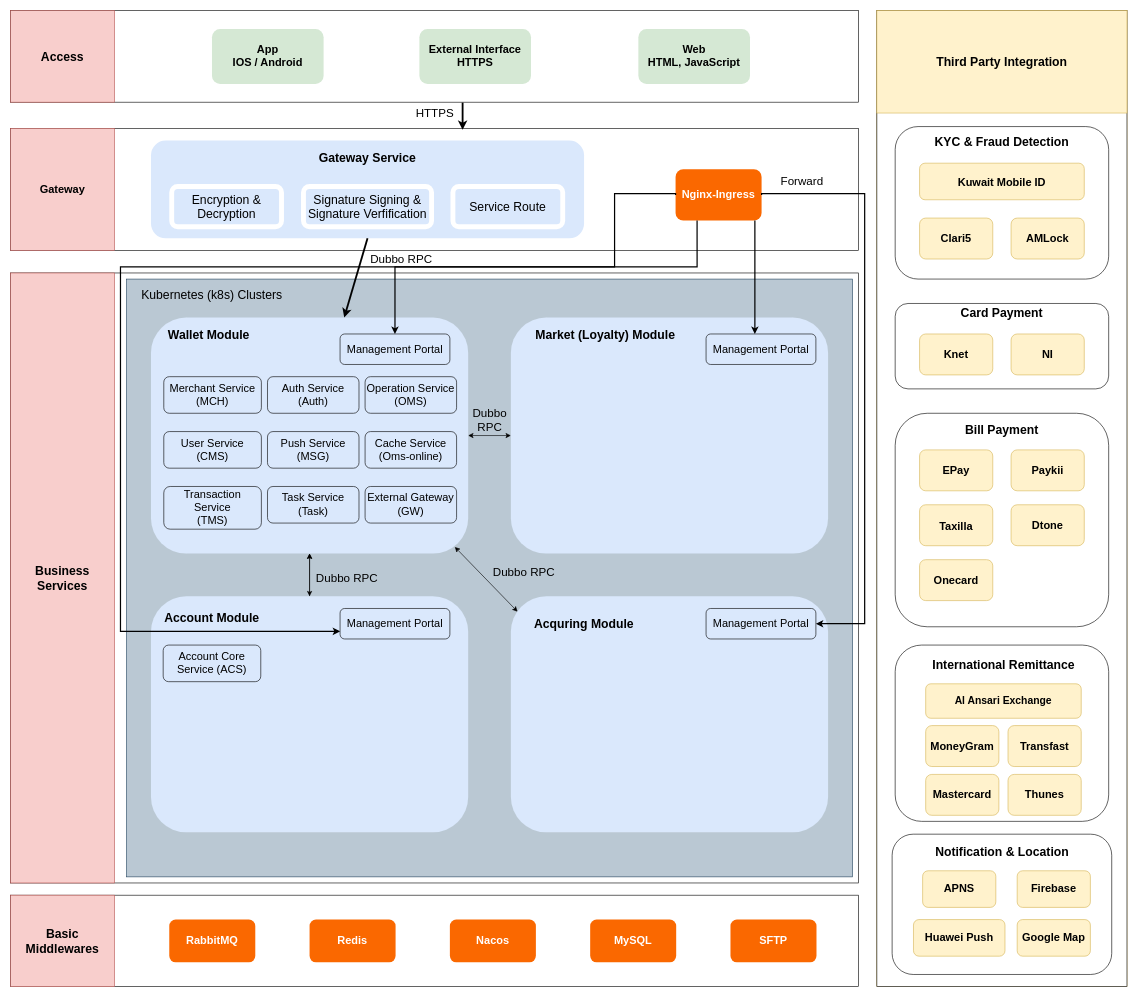
This is wallet_kwt_archi.drawio from EricLuoisme/own-diagrams-draw-io, a draw.io file, before an edit. Source tidied: cells renumbered, new cells numbered last; positions are measured from the earlier drawing's top-left corner, leaving out a move shared by most shapes. Both pictures are drawn from the tidied source at 61%, with x=0, y=0 at pixel (10, 10).
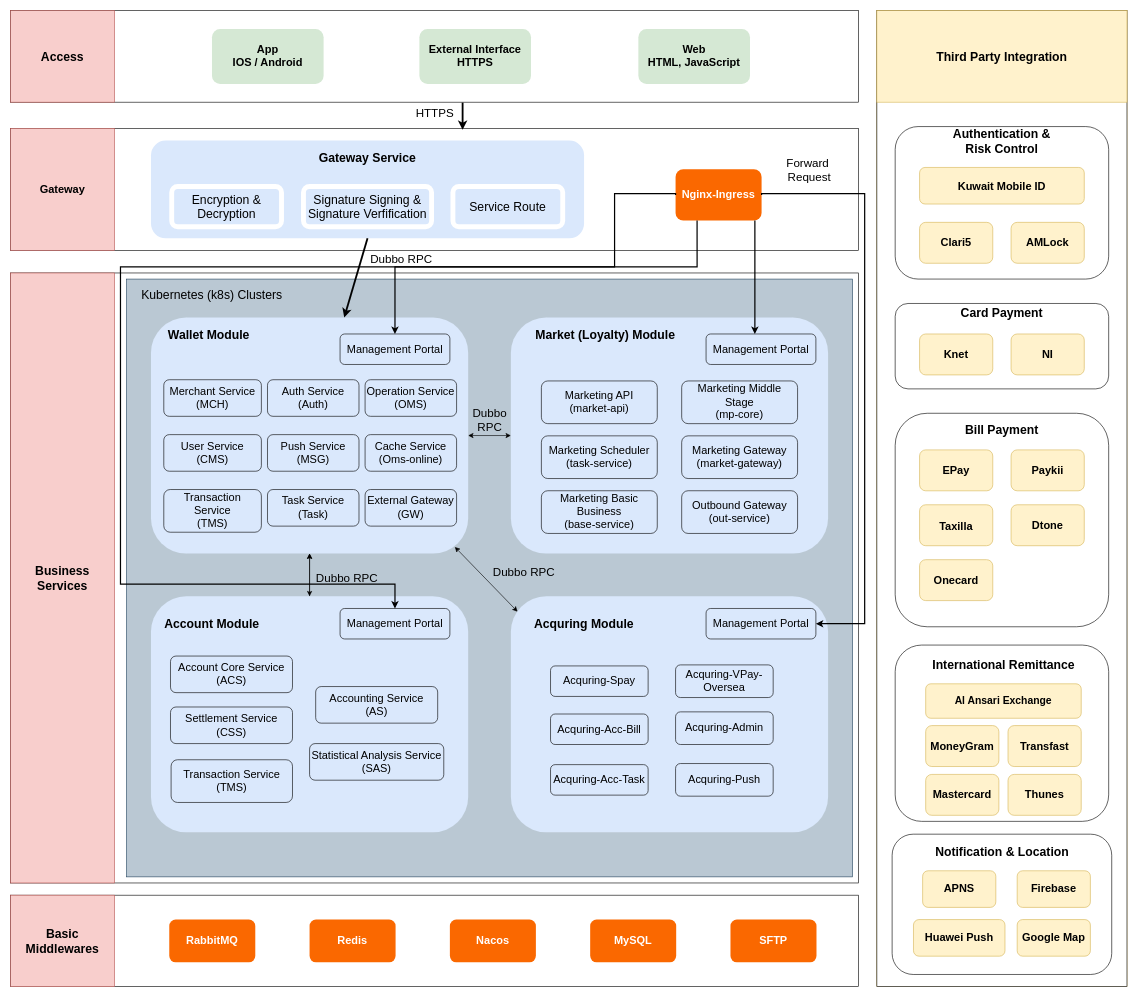
The same page after the edit.

The change refers to these unchanged cells:
```xml
<mxCell id="11" value="&lt;font color=&quot;#ffffff&quot; style=&quot;font-size: 18px;&quot;&gt;&lt;b&gt;Nginx-Ingress&lt;/b&gt;&lt;/font&gt;" style="rounded=1;whiteSpace=wrap;html=1;labelBorderColor=none;fillColor=#fa6800;strokeColor=none;fontColor=#000000;" parent="8" vertex="1">
  <mxGeometry x="1090" y="67.1" width="141" height="84" as="geometry" />
</mxCell>
<mxCell id="17" style="group;fontStyle=1;" parent="1" vertex="1">
  <mxGeometry y="430" width="1420" height="1050" as="geometry" />
</mxCell>
<mxCell id="40" value="&lt;font style=&quot;font-size: 18px;&quot;&gt;Management Portal&lt;/font&gt;" style="rounded=1;whiteSpace=wrap;html=1;fillColor=#dae8fc;strokeColor=#000000;" parent="17" vertex="1">
  <mxGeometry x="540" y="550" width="180" height="50" as="geometry" />
</mxCell>
<mxCell id="76" style="group;" parent="1" vertex="1">
  <mxGeometry x="1450" y="190" width="350" height="250" as="geometry" />
</mxCell>
<mxCell id="102" style="rounded=0;jettySize=auto;html=1;exitX=1;exitY=0.5;exitDx=0;exitDy=0;strokeWidth=2;edgeStyle=orthogonalEdgeStyle;" parent="1" edge="1" source="11">
  <mxGeometry relative="1" as="geometry">
    <mxPoint x="1320" y="1005" as="targetPoint" />
    <Array as="points">
      <mxPoint x="1231" y="300" />
      <mxPoint x="1400" y="300" />
      <mxPoint x="1400" y="1005" />
    </Array>
  </mxGeometry>
</mxCell>
```

What changed in the source:
```diff
@@
     <mxCell id="36" value="&lt;b&gt;&lt;font style=&quot;font-size: 20px;&quot;&gt;Account Module&lt;/font&gt;&lt;/b&gt;" style="text;strokeColor=none;align=center;fillColor=none;html=1;verticalAlign=middle;whiteSpace=wrap;rounded=0;" parent="17" vertex="1">
-      <mxGeometry x="240" y="550" width="180" height="30" as="geometry" />
+      <mxGeometry x="240" y="560" width="180" height="30" as="geometry" />
     </mxCell>
@@
     <mxCell id="38" value="&lt;font style=&quot;font-size: 18px;&quot;&gt;Merchant Service (MCH)&lt;/font&gt;" style="rounded=1;whiteSpace=wrap;html=1;fillColor=#dae8fc;strokeColor=#000000;" parent="17" vertex="1">
-      <mxGeometry x="251" y="170" width="160" height="60" as="geometry" />
+      <mxGeometry x="251" y="175" width="160" height="60" as="geometry" />
     </mxCell>
@@
     <mxCell id="42" value="&lt;font style=&quot;font-size: 18px;&quot;&gt;User Service (CMS)&lt;/font&gt;" style="rounded=1;whiteSpace=wrap;html=1;fillColor=#dae8fc;strokeColor=#000000;" parent="17" vertex="1">
-      <mxGeometry x="251" y="260" width="160" height="60" as="geometry" />
+      <mxGeometry x="251" y="265" width="160" height="60" as="geometry" />
     </mxCell>
     <mxCell id="43" value="&lt;font style=&quot;font-size: 18px;&quot;&gt;Transaction Service&lt;/font&gt;&lt;div&gt;&lt;font style=&quot;font-size: 18px;&quot;&gt;(TMS)&lt;/font&gt;&lt;/div&gt;" style="rounded=1;whiteSpace=wrap;html=1;fillColor=#dae8fc;strokeColor=#000000;" parent="17" vertex="1">
-      <mxGeometry x="251" y="350" width="160" height="70" as="geometry" />
+      <mxGeometry x="251" y="355" width="160" height="70" as="geometry" />
     </mxCell>
     <mxCell id="44" value="&lt;font style=&quot;font-size: 18px;&quot;&gt;Auth Service (Auth)&lt;/font&gt;" style="rounded=1;whiteSpace=wrap;html=1;fillColor=#dae8fc;strokeColor=#000000;" parent="17" vertex="1">
-      <mxGeometry x="421" y="170" width="150" height="60" as="geometry" />
+      <mxGeometry x="421" y="175" width="150" height="60" as="geometry" />
     </mxCell>
     <mxCell id="45" value="&lt;font style=&quot;font-size: 18px;&quot;&gt;Push Service (MSG)&lt;/font&gt;" style="rounded=1;whiteSpace=wrap;html=1;fillColor=#dae8fc;strokeColor=#000000;" parent="17" vertex="1">
-      <mxGeometry x="421" y="260" width="150" height="60" as="geometry" />
+      <mxGeometry x="421" y="265" width="150" height="60" as="geometry" />
     </mxCell>
     <mxCell id="46" value="&lt;font style=&quot;font-size: 18px;&quot;&gt;Task Service (Task&lt;/font&gt;&lt;span style=&quot;font-size: 18px; background-color: initial;&quot;&gt;)&lt;/span&gt;" style="rounded=1;whiteSpace=wrap;html=1;fillColor=#dae8fc;strokeColor=#000000;" parent="17" vertex="1">
-      <mxGeometry x="421" y="350" width="150" height="60" as="geometry" />
+      <mxGeometry x="421" y="355" width="150" height="60" as="geometry" />
     </mxCell>
     <mxCell id="47" value="&lt;span style=&quot;font-size: 18px;&quot;&gt;Cache Service (Oms-online)&lt;/span&gt;" style="rounded=1;whiteSpace=wrap;html=1;fillColor=#dae8fc;strokeColor=#000000;" parent="17" vertex="1">
-      <mxGeometry x="581" y="260" width="150" height="60" as="geometry" />
+      <mxGeometry x="581" y="265" width="150" height="60" as="geometry" />
     </mxCell>
     <mxCell id="48" value="&lt;font style=&quot;font-size: 18px;&quot;&gt;Operation Service (OMS)&lt;/font&gt;" style="rounded=1;whiteSpace=wrap;html=1;fillColor=#dae8fc;strokeColor=#000000;" parent="17" vertex="1">
-      <mxGeometry x="581" y="170" width="150" height="60" as="geometry" />
+      <mxGeometry x="581" y="175" width="150" height="60" as="geometry" />
     </mxCell>
     <mxCell id="49" value="&lt;span style=&quot;font-size: 18px;&quot;&gt;External Gateway (GW)&lt;/span&gt;" style="rounded=1;whiteSpace=wrap;html=1;fillColor=#dae8fc;strokeColor=#000000;" parent="17" vertex="1">
-      <mxGeometry x="581" y="350" width="150" height="60" as="geometry" />
+      <mxGeometry x="581" y="355" width="150" height="60" as="geometry" />
     </mxCell>
     <mxCell id="50" value="&lt;font style=&quot;font-size: 18px;&quot;&gt;Account Core Service (ACS)&lt;/font&gt;" style="rounded=1;whiteSpace=wrap;html=1;fillColor=#dae8fc;strokeColor=#000000;" parent="17" vertex="1">
-      <mxGeometry x="250" y="610" width="160" height="60" as="geometry" />
+      <mxGeometry x="262" y="628" width="200" height="60" as="geometry" />
     </mxCell>
+    <mxCell id="104" value="&lt;font style=&quot;font-size: 18px;&quot;&gt;Settlement Service (CSS)&lt;/font&gt;" style="rounded=1;whiteSpace=wrap;html=1;fillColor=#dae8fc;strokeColor=#000000;" parent="17" vertex="1">
+      <mxGeometry x="262" y="711.5" width="200" height="60" as="geometry" />
+    </mxCell>
+    <mxCell id="105" value="&lt;font style=&quot;font-size: 18px;&quot;&gt;Accounting Service&lt;/font&gt;&lt;div&gt;&lt;font style=&quot;font-size: 18px;&quot;&gt;(AS)&lt;/font&gt;&lt;/div&gt;" style="rounded=1;whiteSpace=wrap;html=1;fillColor=#dae8fc;strokeColor=#000000;" parent="17" vertex="1">
+      <mxGeometry x="500" y="678" width="200" height="60" as="geometry" />
+    </mxCell>
+    <mxCell id="106" value="&lt;font style=&quot;font-size: 18px;&quot;&gt;Transaction Service&lt;/font&gt;&lt;div&gt;&lt;font style=&quot;font-size: 18px;&quot;&gt;(TMS)&lt;/font&gt;&lt;/div&gt;" style="rounded=1;whiteSpace=wrap;html=1;fillColor=#dae8fc;strokeColor=#000000;" parent="17" vertex="1">
+      <mxGeometry x="263" y="798" width="199" height="70" as="geometry" />
+    </mxCell>
+    <mxCell id="107" value="&lt;span style=&quot;font-size: 18px;&quot;&gt;Statistical Analysis Service&lt;/span&gt;&lt;div&gt;&lt;span style=&quot;font-size: 18px;&quot;&gt;(SAS)&lt;/span&gt;&lt;/div&gt;" style="rounded=1;whiteSpace=wrap;html=1;fillColor=#dae8fc;strokeColor=#000000;" parent="17" vertex="1">
+      <mxGeometry x="490" y="771.5" width="220" height="60" as="geometry" />
+    </mxCell>
+    <mxCell id="108" value="&lt;font style=&quot;font-size: 18px;&quot;&gt;Marketing API&lt;/font&gt;&lt;div&gt;&lt;font style=&quot;font-size: 18px;&quot;&gt;(market-api)&lt;/font&gt;&lt;/div&gt;" style="rounded=1;whiteSpace=wrap;html=1;fillColor=#dae8fc;strokeColor=#000000;" parent="17" vertex="1">
+      <mxGeometry x="870" y="177" width="190" height="70" as="geometry" />
+    </mxCell>
+    <mxCell id="109" value="&lt;font style=&quot;font-size: 18px;&quot;&gt;Marketing Gateway&lt;/font&gt;&lt;div&gt;&lt;span style=&quot;font-size: 18px; background-color: initial;&quot;&gt;(market-gateway)&lt;/span&gt;&lt;/div&gt;" style="rounded=1;whiteSpace=wrap;html=1;fillColor=#dae8fc;strokeColor=#000000;" parent="17" vertex="1">
+      <mxGeometry x="1100" y="267" width="190" height="70" as="geometry" />
+    </mxCell>
+    <mxCell id="110" value="&lt;font style=&quot;font-size: 18px;&quot;&gt;Marketing Scheduler&lt;/font&gt;&lt;div&gt;&lt;font style=&quot;font-size: 18px;&quot;&gt;(task-service)&lt;/font&gt;&lt;/div&gt;" style="rounded=1;whiteSpace=wrap;html=1;fillColor=#dae8fc;strokeColor=#000000;" parent="17" vertex="1">
+      <mxGeometry x="870" y="267" width="190" height="70" as="geometry" />
+    </mxCell>
+    <mxCell id="111" value="&lt;font style=&quot;font-size: 18px;&quot;&gt;Marketing Middle Stage&lt;/font&gt;&lt;div&gt;&lt;font style=&quot;font-size: 18px;&quot;&gt;(mp-core)&lt;/font&gt;&lt;/div&gt;" style="rounded=1;whiteSpace=wrap;html=1;fillColor=#dae8fc;strokeColor=#000000;" parent="17" vertex="1">
+      <mxGeometry x="1100" y="177" width="190" height="70" as="geometry" />
+    </mxCell>
+    <mxCell id="112" value="&lt;font style=&quot;font-size: 18px;&quot;&gt;Marketing Basic Business&lt;/font&gt;&lt;div&gt;&lt;font style=&quot;font-size: 18px;&quot;&gt;(base-service)&lt;/font&gt;&lt;/div&gt;" style="rounded=1;whiteSpace=wrap;html=1;fillColor=#dae8fc;strokeColor=#000000;" parent="17" vertex="1">
+      <mxGeometry x="870" y="357" width="190" height="70" as="geometry" />
+    </mxCell>
+    <mxCell id="113" value="&lt;font style=&quot;font-size: 18px;&quot;&gt;Outbound Gateway&lt;/font&gt;&lt;div&gt;&lt;font style=&quot;font-size: 18px;&quot;&gt;(out-service)&lt;/font&gt;&lt;/div&gt;" style="rounded=1;whiteSpace=wrap;html=1;fillColor=#dae8fc;strokeColor=#000000;" parent="17" vertex="1">
+      <mxGeometry x="1100" y="357" width="190" height="70" as="geometry" />
+    </mxCell>
+    <mxCell id="114" value="&lt;span style=&quot;font-size: 18px;&quot;&gt;Acquring-Spay&lt;/span&gt;" style="rounded=1;whiteSpace=wrap;html=1;fillColor=#dae8fc;strokeColor=#000000;" parent="17" vertex="1">
+      <mxGeometry x="885" y="644.2" width="160" height="50" as="geometry" />
+    </mxCell>
+    <mxCell id="115" value="&lt;span style=&quot;font-size: 18px;&quot;&gt;Acquring-Acc-Bill&lt;/span&gt;" style="rounded=1;whiteSpace=wrap;html=1;fillColor=#dae8fc;strokeColor=#000000;" parent="17" vertex="1">
+      <mxGeometry x="885" y="723" width="160" height="50" as="geometry" />
+    </mxCell>
+    <mxCell id="116" value="&lt;span style=&quot;font-size: 18px;&quot;&gt;Acquring-Acc-Task&lt;/span&gt;" style="rounded=1;whiteSpace=wrap;html=1;fillColor=#dae8fc;strokeColor=#000000;" parent="17" vertex="1">
+      <mxGeometry x="885" y="806" width="160" height="50" as="geometry" />
+    </mxCell>
+    <mxCell id="117" value="&lt;span style=&quot;font-size: 18px;&quot;&gt;Acquring-VPay-Oversea&lt;/span&gt;" style="rounded=1;whiteSpace=wrap;html=1;fillColor=#dae8fc;strokeColor=#000000;" parent="17" vertex="1">
+      <mxGeometry x="1090" y="642.5" width="160" height="53.5" as="geometry" />
+    </mxCell>
+    <mxCell id="118" value="&lt;span style=&quot;font-size: 18px;&quot;&gt;Acquring-Push&lt;/span&gt;" style="rounded=1;whiteSpace=wrap;html=1;fillColor=#dae8fc;strokeColor=#000000;" parent="17" vertex="1">
+      <mxGeometry x="1090" y="804.2" width="160" height="53.5" as="geometry" />
+    </mxCell>
+    <mxCell id="119" value="&lt;span style=&quot;font-size: 18px;&quot;&gt;Acquring-Admin&lt;/span&gt;" style="rounded=1;whiteSpace=wrap;html=1;fillColor=#dae8fc;strokeColor=#000000;" parent="17" vertex="1">
+      <mxGeometry x="1090" y="719.5" width="160" height="53.5" as="geometry" />
+    </mxCell>
@@
     <mxCell id="60" value="&lt;font style=&quot;font-size: 20px;&quot;&gt;&lt;b style=&quot;&quot;&gt;Third Party&amp;nbsp;&lt;/b&gt;&lt;/font&gt;&lt;b style=&quot;font-size: 20px; background-color: initial;&quot;&gt;Integration&lt;/b&gt;" style="rounded=0;whiteSpace=wrap;html=1;fillColor=#fff2cc;strokeColor=#d6b656;" parent="1" vertex="1">
-      <mxGeometry x="1420" width="410" height="167.8" as="geometry" />
+      <mxGeometry x="1420" width="410" height="150" as="geometry" />
     </mxCell>
@@
     <mxCell id="78" value="&lt;b&gt;&lt;font style=&quot;font-size: 18px;&quot;&gt;Clari5&lt;/font&gt;&lt;/b&gt;" style="rounded=1;whiteSpace=wrap;html=1;fillColor=#fff2cc;strokeColor=#d6b656;" parent="76" vertex="1">
-      <mxGeometry x="40" y="150" width="120" height="67.1" as="geometry" />
+      <mxGeometry x="40" y="157" width="120" height="67.1" as="geometry" />
     </mxCell>
     <mxCell id="79" value="&lt;b&gt;&lt;font style=&quot;font-size: 18px;&quot;&gt;AMLock&lt;/font&gt;&lt;/b&gt;" style="rounded=1;whiteSpace=wrap;html=1;fillColor=#fff2cc;strokeColor=#d6b656;" parent="76" vertex="1">
-      <mxGeometry x="190" y="150" width="120" height="67.1" as="geometry" />
+      <mxGeometry x="190" y="157" width="120" height="67.1" as="geometry" />
     </mxCell>
-    <mxCell id="80" value="&lt;font size=&quot;1&quot; style=&quot;&quot;&gt;&lt;b style=&quot;font-size: 20px;&quot;&gt;KYC &amp;amp; Fraud Detection&lt;/b&gt;&lt;/font&gt;" style="text;strokeColor=none;align=center;fillColor=none;html=1;verticalAlign=middle;whiteSpace=wrap;rounded=0;" parent="76" vertex="1">
+    <mxCell id="80" value="&lt;font size=&quot;1&quot; style=&quot;&quot;&gt;&lt;b style=&quot;font-size: 20px;&quot;&gt;Authentication &amp;amp;&lt;/b&gt;&lt;/font&gt;&lt;div&gt;&lt;font size=&quot;1&quot; style=&quot;&quot;&gt;&lt;b style=&quot;font-size: 20px;&quot;&gt;Risk Control&lt;/b&gt;&lt;/font&gt;&lt;/div&gt;" style="text;strokeColor=none;align=center;fillColor=none;html=1;verticalAlign=middle;whiteSpace=wrap;rounded=0;" parent="76" vertex="1">
       <mxGeometry x="59.9" width="230.3" height="47.8" as="geometry" />
     </mxCell>
     <mxCell id="81" value="&lt;h1&gt;&lt;span class=&quot;AfwdI&quot;&gt;&lt;font style=&quot;font-size: 18px;&quot;&gt;Kuwait Mobile ID&lt;/font&gt;&lt;/span&gt;&lt;/h1&gt;" style="rounded=1;whiteSpace=wrap;html=1;fillColor=#fff2cc;strokeColor=#d6b656;" parent="76" vertex="1">
-      <mxGeometry x="40" y="60" width="270" height="60" as="geometry" />
+      <mxGeometry x="40" y="67" width="270" height="60" as="geometry" />
     </mxCell>
@@
-    <mxCell id="100" style="rounded=0;jettySize=auto;html=1;exitX=0.25;exitY=1;exitDx=0;exitDy=0;strokeWidth=2;edgeStyle=orthogonalEdgeStyle;entryX=0;entryY=0.75;entryDx=0;entryDy=0;" parent="1" edge="1" source="11" target="40">
+    <mxCell id="100" style="rounded=0;jettySize=auto;html=1;exitX=0.25;exitY=1;exitDx=0;exitDy=0;strokeWidth=2;edgeStyle=orthogonalEdgeStyle;entryX=0.5;entryY=0;entryDx=0;entryDy=0;" parent="1" edge="1" source="11" target="40">
       <mxGeometry relative="1" as="geometry">
         <Array as="points">
           <mxPoint x="1125" y="420" />
           <mxPoint x="180" y="420" />
-          <mxPoint x="180" y="1018" />
+          <mxPoint x="180" y="940" />
+          <mxPoint x="630" y="940" />
         </Array>
       </mxGeometry>
     </mxCell>
@@
-    <mxCell id="103" value="&lt;font style=&quot;font-size: 19px;&quot;&gt;Forward&lt;/font&gt;" style="edgeLabel;html=1;align=center;verticalAlign=middle;" parent="102" vertex="1">
+    <mxCell id="103" value="&lt;font style=&quot;font-size: 19px;&quot;&gt;Forward&amp;nbsp;&lt;br&gt;Request&lt;/font&gt;" style="edgeLabel;html=1;align=center;verticalAlign=middle;" parent="102" vertex="1">
       <mxGeometry x="-0.93" y="-6" relative="1" as="geometry">
-        <mxPoint x="35" y="-26" as="offset" />
+        <mxPoint x="47" y="-46" as="offset" />
       </mxGeometry>
     </mxCell>
```
